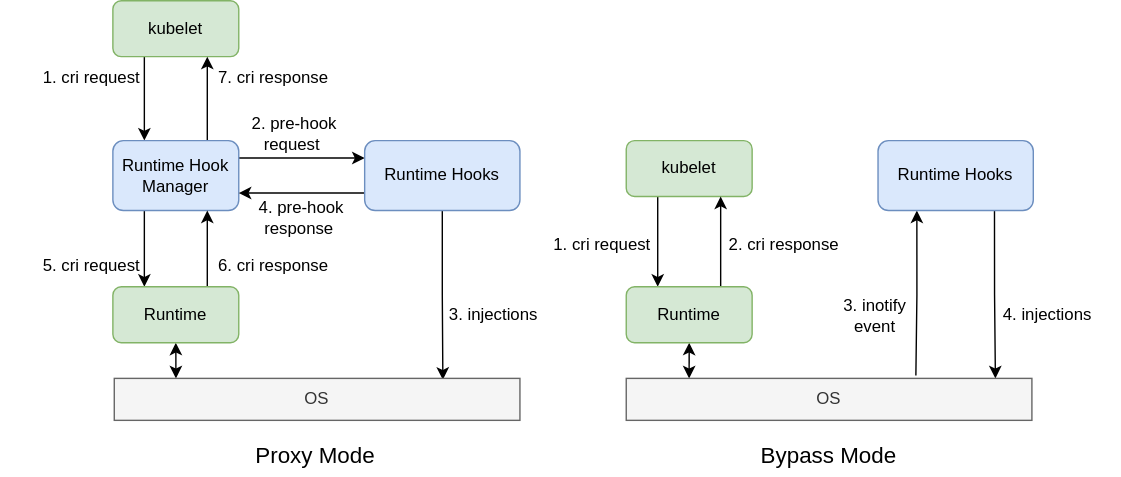
Before: docs/images/runtime-hooks-working-mode.svg, a diagram exported from draw.io (koordinator-sh/koordinator). Source tidied: cells renumbered, new cells last; positions are measured from the earlier drawing's top-left corner, leaving out a move shared by most shapes.
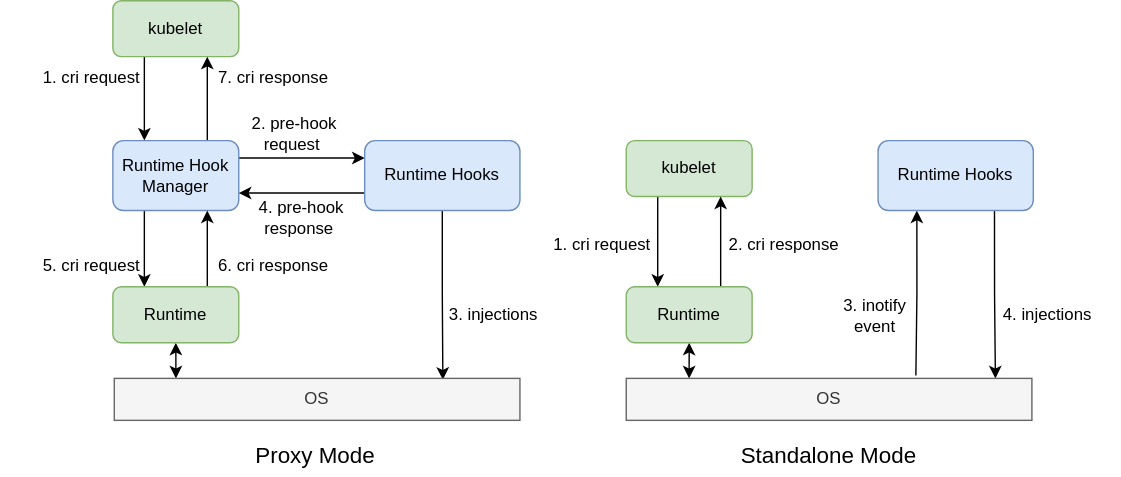
Above is the later version.

Commit message:
rename runtime-hook working mode (Bypass->Standalone)

The edit, as a diff of the source:
```diff
@@ -65,7 +65,7 @@
     <mxCell id="22" value="Proxy Mode" style="text;html=1;strokeColor=none;fillColor=none;align=center;verticalAlign=middle;whiteSpace=wrap;rounded=0;fontSize=16;" parent="1" vertex="1">
       <mxGeometry x="150" y="310" width="150" height="30" as="geometry" />
     </mxCell>
-    <mxCell id="23" value="Bypass Mode" style="text;html=1;strokeColor=none;fillColor=none;align=center;verticalAlign=middle;whiteSpace=wrap;rounded=0;fontSize=16;" parent="1" vertex="1">
+    <mxCell id="23" value="Standalone Mode" style="text;html=1;strokeColor=none;fillColor=none;align=center;verticalAlign=middle;whiteSpace=wrap;rounded=0;fontSize=16;" parent="1" vertex="1">
       <mxGeometry x="517" y="310" width="150" height="30" as="geometry" />
     </mxCell>
     <mxCell id="24" value="OS" style="rounded=0;whiteSpace=wrap;html=1;verticalAlign=middle;fillColor=#f5f5f5;fontColor=#333333;strokeColor=#666666;" parent="1" vertex="1">
```
